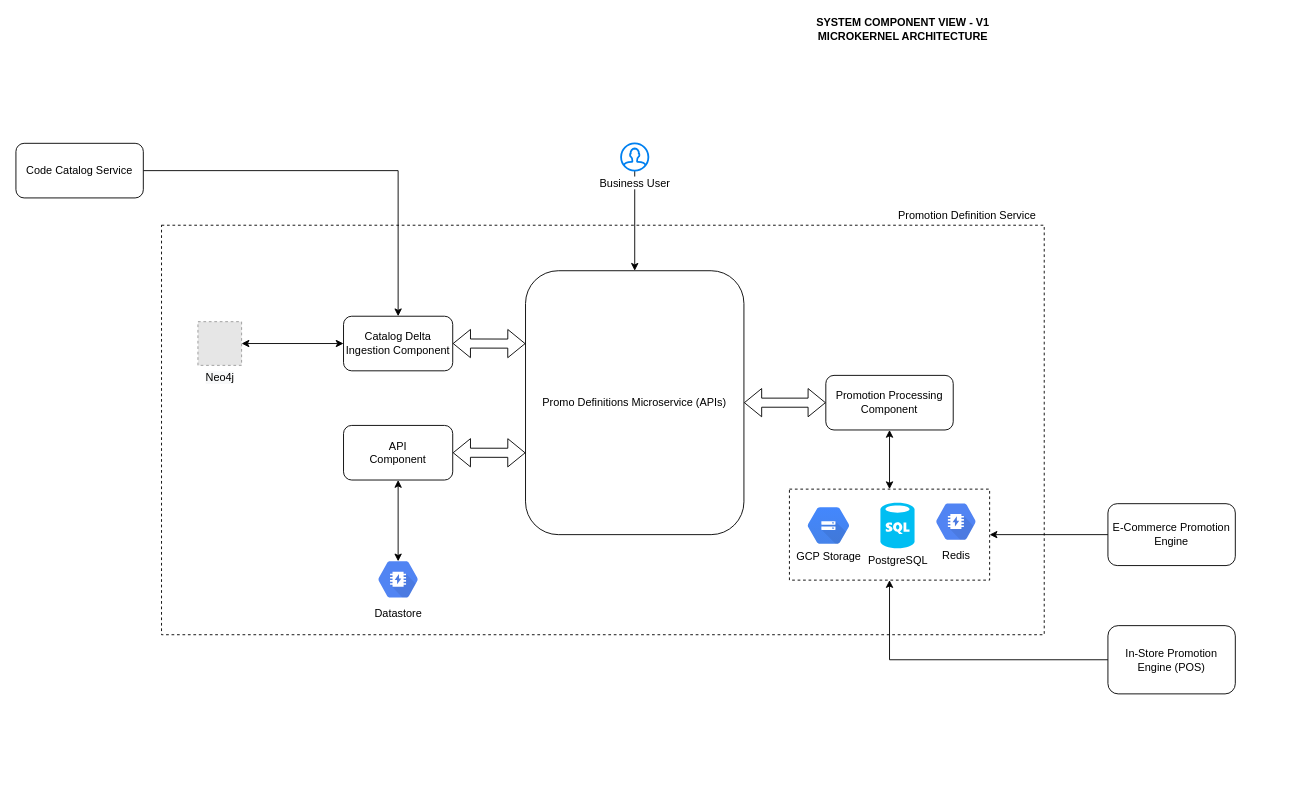
swaaminathanm/software-architecture-presentation keeps this draw.io diagram as page "System Component View - V1" (4 of 6) of diagrams/pd-c4-context.drawio. Above is the earlier version. Source tidied: cells renumbered, new cells numbered last; positions are measured from the earlier drawing's top-left corner, leaving out a move shared by most shapes. Both pictures are drawn from the tidied source at 91%, with x=0, y=0 at pixel (15, 15). Pictures stored in the file or linked from it are replaced by grey dashed boxes.
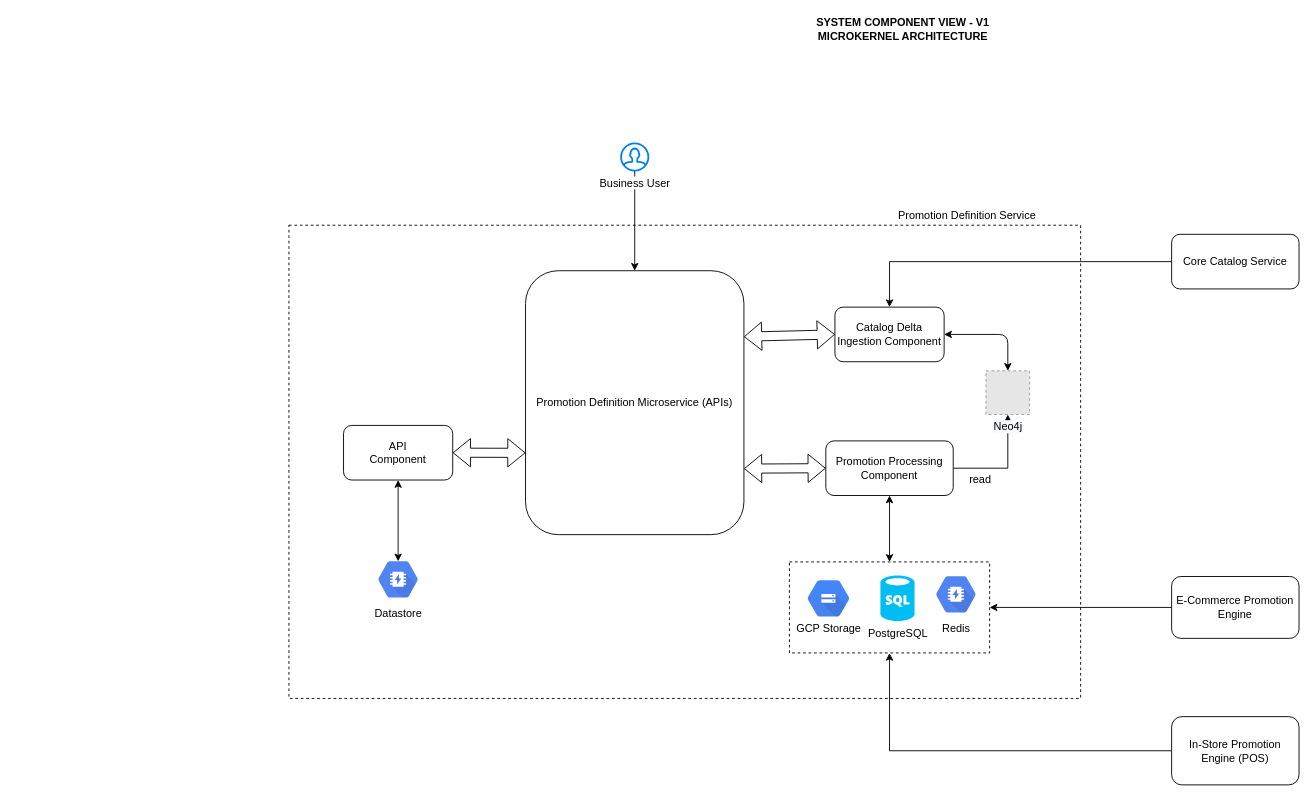
Above is the later version.

Diff of the diagram source:
```diff
@@
+    <mxCell id="27" style="rounded=0;whiteSpace=wrap;html=1;dashed=1;fillColor=none;align=center;" parent="1" vertex="1">
+      <mxGeometry x="300" y="230" width="870" height="520" as="geometry" />
+    </mxCell>
     <mxCell id="2" style="rounded=0;whiteSpace=wrap;html=1;align=center;dashed=1;fillColor=none;" parent="1" vertex="1">
-      <mxGeometry x="850" y="520" width="220" height="100" as="geometry" />
+      <mxGeometry x="850" y="600" width="220" height="100" as="geometry" />
     </mxCell>
@@
-    <mxCell id="4" value="Promo Definitions Microservice (APIs)" style="rounded=1;whiteSpace=wrap;html=1;" parent="1" vertex="1">
+    <mxCell id="4" value="Promotion Definition Microservice (APIs)" style="rounded=1;whiteSpace=wrap;html=1;" parent="1" vertex="1">
       <mxGeometry x="560" y="280" width="240" height="290" as="geometry" />
     </mxCell>
@@
     <mxCell id="7" value="Catalog Delta Ingestion Component" style="rounded=1;whiteSpace=wrap;html=1;align=center;" parent="1" vertex="1">
-      <mxGeometry x="360" y="330" width="120" height="60" as="geometry" />
+      <mxGeometry x="900" y="320" width="120" height="60" as="geometry" />
     </mxCell>
-    <mxCell id="8" style="shape=flexArrow;endArrow=classic;startArrow=classic;html=1;exitX=1;exitY=0.5;exitDx=0;exitDy=0;entryX=0;entryY=0.69;entryDx=0;entryDy=0;entryPerimeter=0;" parent="1" edge="1" source="7">
-      <mxGeometry relative="1" as="geometry">
-        <mxPoint x="560" y="360.1" as="targetPoint" />
-      </mxGeometry>
-    </mxCell>
+    <mxCell id="29" style="edgeStyle=orthogonalEdgeStyle;rounded=0;jettySize=auto;html=1;endArrow=classic;endFill=1;" parent="1" edge="1" source="9" target="17">
+      <mxGeometry relative="1" as="geometry" />
+    </mxCell>
     <mxCell id="9" value="Promotion Processing Component" style="rounded=1;whiteSpace=wrap;html=1;align=center;" parent="1" vertex="1">
-      <mxGeometry x="890" y="395" width="140" height="60" as="geometry" />
+      <mxGeometry x="890" y="467" width="140" height="60" as="geometry" />
     </mxCell>
-    <mxCell id="10" style="shape=flexArrow;endArrow=classic;startArrow=classic;html=1;entryX=0;entryY=0.5;entryDx=0;entryDy=0;exitX=1;exitY=0.5;exitDx=0;exitDy=0;" parent="1" edge="1" source="4" target="9">
+    <mxCell id="10" style="shape=flexArrow;endArrow=classic;startArrow=classic;html=1;entryX=0;entryY=0.5;entryDx=0;entryDy=0;exitX=1;exitY=0.75;exitDx=0;exitDy=0;" parent="1" edge="1" source="4" target="9">
       <mxGeometry relative="1" as="geometry" />
     </mxCell>
@@
     <mxCell id="12" value="In-Store Promotion Engine (POS)" style="rounded=1;whiteSpace=wrap;html=1;align=center;" parent="1" vertex="1">
-      <mxGeometry x="1200" y="670" width="140" height="75" as="geometry" />
+      <mxGeometry x="1270" y="770" width="140" height="75" as="geometry" />
     </mxCell>
@@
     <mxCell id="14" value="E-Commerce Promotion Engine" style="rounded=1;whiteSpace=wrap;html=1;align=center;" parent="1" vertex="1">
-      <mxGeometry x="1200" y="536" width="140" height="68" as="geometry" />
+      <mxGeometry x="1270" y="616" width="140" height="68" as="geometry" />
     </mxCell>
@@
     <mxCell id="17" value="&lt;span style=&quot;background-color: rgb(248 , 249 , 250)&quot;&gt;Neo4j&lt;/span&gt;" style="fillColor=#E6E6E6;strokeColor=#999999;dashed=1;html=1;verticalAlign=top;verticalLabelPosition=bottom;labelBackgroundColor=#ffffff;" parent="1" vertex="1">
-      <mxGeometry x="200" y="336" width="48" height="48" as="geometry" />
+      <mxGeometry x="1066" y="390" width="48" height="48" as="geometry" />
     </mxCell>
     <mxCell id="18" value="&lt;font color=&quot;#000000&quot;&gt;&lt;span style=&quot;font-size: 12px ; font-weight: 400&quot;&gt;Redis&lt;/span&gt;&lt;/font&gt;" style="html=1;fillColor=#5184F3;strokeColor=none;verticalAlign=top;labelPosition=center;verticalLabelPosition=bottom;align=center;spacingTop=-6;fontSize=11;fontStyle=1;fontColor=#999999;shape=mxgraph.gcp2.hexIcon;prIcon=cloud_memorystore;labelBackgroundColor=none;" parent="1" vertex="1">
-      <mxGeometry x="1000" y="526.5" width="66" height="58.5" as="geometry" />
+      <mxGeometry x="1000" y="606.5" width="66" height="58.5" as="geometry" />
     </mxCell>
     <mxCell id="19" value="PostgreSQL" style="verticalLabelPosition=bottom;html=1;verticalAlign=top;align=center;strokeColor=none;fillColor=#00BEF2;shape=mxgraph.azure.sql_database;" parent="1" vertex="1">
-      <mxGeometry x="950" y="535" width="37.5" height="50" as="geometry" />
+      <mxGeometry x="950" y="615" width="37.5" height="50" as="geometry" />
     </mxCell>
     <mxCell id="20" value="GCP Storage" style="shape=mxgraph.gcp.storage_databases.cloud_storage;html=1;fillColor=#4387FD;gradientColor=#4683EA;strokeColor=none;verticalLabelPosition=bottom;verticalAlign=top;align=center;" parent="1" vertex="1">
-      <mxGeometry x="870" y="540" width="45.7" height="40" as="geometry" />
+      <mxGeometry x="870" y="620" width="45.7" height="40" as="geometry" />
     </mxCell>
@@
-    <mxCell id="23" style="endArrow=classic;startArrow=classic;html=1;exitX=1;exitY=0.5;exitDx=0;exitDy=0;entryX=0;entryY=0.5;entryDx=0;entryDy=0;" parent="1" edge="1" source="17" target="7">
-      <mxGeometry relative="1" as="geometry" />
-    </mxCell>
@@
-    <mxCell id="25" value="Code Catalog Service" style="rounded=1;whiteSpace=wrap;html=1;align=center;" parent="1" vertex="1">
-      <mxGeometry y="140" width="140" height="60" as="geometry" />
+    <mxCell id="25" value="Core Catalog Service" style="rounded=1;whiteSpace=wrap;html=1;align=center;" parent="1" vertex="1">
+      <mxGeometry x="1270" y="240" width="140" height="60" as="geometry" />
     </mxCell>
@@
-    <mxCell id="27" style="rounded=0;whiteSpace=wrap;html=1;dashed=1;fillColor=none;align=center;" parent="1" vertex="1">
-      <mxGeometry x="160" y="230" width="970" height="450" as="geometry" />
-    </mxCell>
@@
+    <mxCell id="30" style="shape=flexArrow;endArrow=classic;startArrow=classic;html=1;entryX=0;entryY=0.5;entryDx=0;entryDy=0;exitX=1;exitY=0.25;exitDx=0;exitDy=0;" parent="1" edge="1" source="4" target="7">
+      <mxGeometry relative="1" as="geometry" />
+    </mxCell>
+    <mxCell id="23" style="endArrow=classic;startArrow=classic;html=1;entryX=1;entryY=0.5;entryDx=0;entryDy=0;exitX=0.5;exitY=0;exitDx=0;exitDy=0;" parent="1" edge="1" source="17" target="7">
+      <mxGeometry relative="1" as="geometry">
+        <Array as="points">
+          <mxPoint x="1090" y="350" />
+        </Array>
+      </mxGeometry>
+    </mxCell>
+    <mxCell id="31" value="read" style="text;html=1;strokeColor=none;fillColor=none;align=center;verticalAlign=middle;whiteSpace=wrap;rounded=0;" parent="1" vertex="1">
+      <mxGeometry x="1040" y="500" width="40" height="20" as="geometry" />
+    </mxCell>
```
